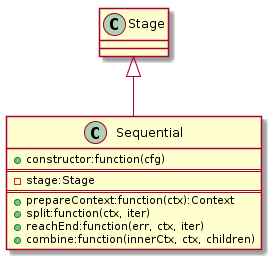
This is pics/stages/Sequential/class.png from vedmalex/pipeline.js, a PlantUML export, as it was before one commit.
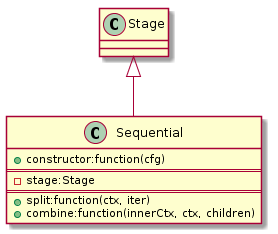
Later version of the same file.

What changed in the source:
```diff
@@ -6,9 +6,7 @@
 ===
 		-stage:Stage
 ===
-		+prepareContext:function(ctx):Context
 		+split:function(ctx, iter)
-		+reachEnd:function(err, ctx, iter)
 		+combine:function(innerCtx, ctx, children)
 	}
 
```
